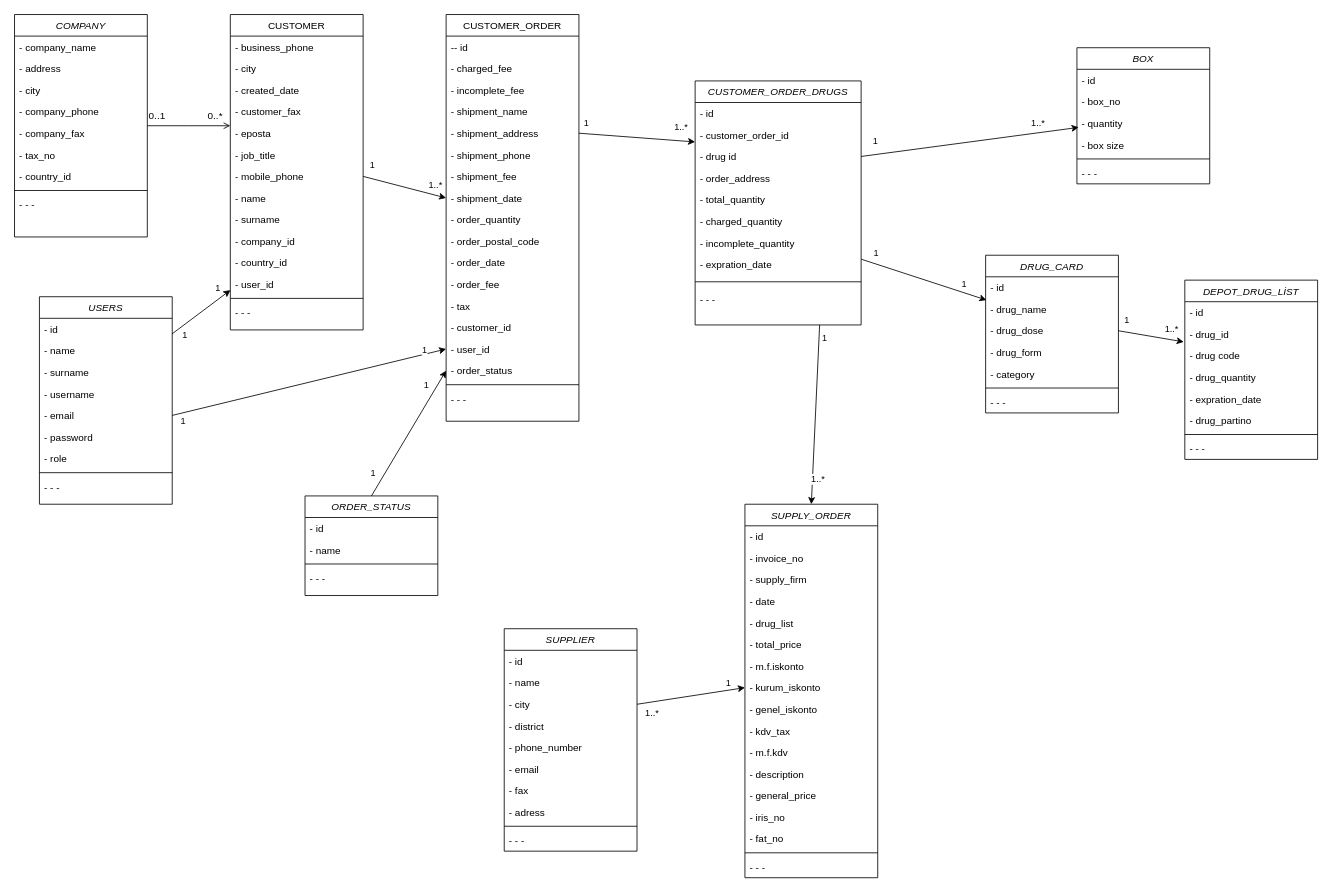
This is Untitled Diagram.drawio from viacelal/diagram, a draw.io file, before an edit. Source tidied: cells renumbered, new cells numbered last; positions are measured from the earlier drawing's top-left corner, leaving out a move shared by most shapes. Both pictures are drawn from the tidied source at 83%, with x=0, y=0 at pixel (14, 14).
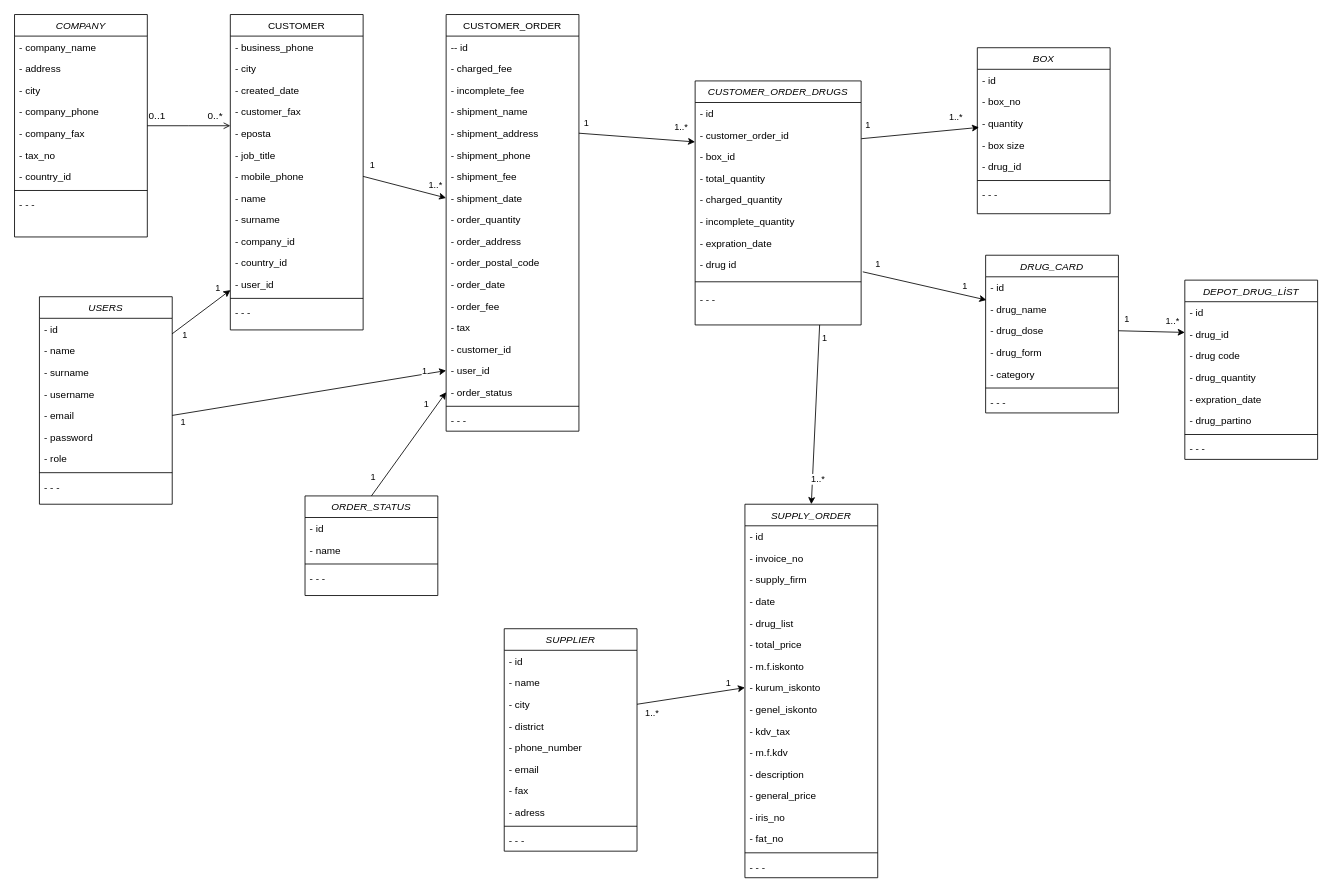
The same diagram, later.

The change refers to these unchanged cells:
```xml
<mxCell id="52" value="CUSTOMER_ORDER_DRUGS" style="swimlane;fontStyle=2;align=center;verticalAlign=top;horizontal=1;startSize=26;rounded=0;shadow=0;strokeWidth=1;" parent="1" vertex="1">
  <mxGeometry x="820" y="80" width="200" height="294" as="geometry" />
</mxCell>
<mxCell id="54" value="- customer_order_id" style="text;align=left;verticalAlign=top;spacingLeft=4;spacingRight=4;overflow=hidden;points=[[0,0.5],[1,0.5]];portConstraint=eastwest;" parent="52" vertex="1">
  <mxGeometry y="52" width="200" height="26" as="geometry" />
</mxCell>
<mxCell id="107" value="- box size" style="text;align=left;verticalAlign=top;spacingLeft=4;spacingRight=4;overflow=hidden;points=[[0,0.5],[1,0.5]];portConstraint=eastwest;" parent="103" vertex="1">
  <mxGeometry y="104" width="160" height="26" as="geometry" />
</mxCell>
<mxCell id="112" value="- drug_id" style="text;align=left;verticalAlign=top;spacingLeft=4;spacingRight=4;overflow=hidden;points=[[0,0.5],[1,0.5]];portConstraint=eastwest;" parent="110" vertex="1">
  <mxGeometry y="52" width="160" height="26" as="geometry" />
</mxCell>
<mxCell id="148" value="- id" style="text;align=left;verticalAlign=top;spacingLeft=4;spacingRight=4;overflow=hidden;points=[[0,0.5],[1,0.5]];portConstraint=eastwest;" parent="147" vertex="1">
  <mxGeometry y="26" width="160" height="26" as="geometry" />
</mxCell>
<mxCell id="150" value="- drug_dose" style="text;align=left;verticalAlign=top;spacingLeft=4;spacingRight=4;overflow=hidden;points=[[0,0.5],[1,0.5]];portConstraint=eastwest;" parent="147" vertex="1">
  <mxGeometry y="78" width="160" height="26" as="geometry" />
</mxCell>
```

What changed in the source:
```diff
@@
     <mxCell id="30" value="CUSTOMER_ORDER" style="swimlane;fontStyle=0;align=center;verticalAlign=top;horizontal=1;startSize=26;rounded=0;shadow=0;strokeWidth=1;" parent="1" vertex="1">
-      <mxGeometry x="520" width="160" height="490" as="geometry" />
+      <mxGeometry x="520" width="160" height="502" as="geometry" />
     </mxCell>
@@
+    <mxCell id="56" value="- order_address" style="text;align=left;verticalAlign=top;spacingLeft=4;spacingRight=4;overflow=hidden;rounded=0;shadow=0;html=0;" parent="30" vertex="1">
+      <mxGeometry y="260" width="160" height="26" as="geometry" />
+    </mxCell>
     <mxCell id="40" value="- order_postal_code" style="text;align=left;verticalAlign=top;spacingLeft=4;spacingRight=4;overflow=hidden;rounded=0;shadow=0;html=0;" parent="30" vertex="1">
-      <mxGeometry y="260" width="160" height="26" as="geometry" />
+      <mxGeometry y="286" width="160" height="26" as="geometry" />
     </mxCell>
     <mxCell id="41" value="- order_date" style="text;align=left;verticalAlign=top;spacingLeft=4;spacingRight=4;overflow=hidden;rounded=0;shadow=0;html=0;" parent="30" vertex="1">
-      <mxGeometry y="286" width="160" height="26" as="geometry" />
+      <mxGeometry y="312" width="160" height="26" as="geometry" />
     </mxCell>
     <mxCell id="42" value="- order_fee" style="text;align=left;verticalAlign=top;spacingLeft=4;spacingRight=4;overflow=hidden;rounded=0;shadow=0;html=0;" parent="30" vertex="1">
-      <mxGeometry y="312" width="160" height="26" as="geometry" />
+      <mxGeometry y="338" width="160" height="26" as="geometry" />
     </mxCell>
     <mxCell id="43" value="- tax" style="text;align=left;verticalAlign=top;spacingLeft=4;spacingRight=4;overflow=hidden;rounded=0;shadow=0;html=0;" parent="30" vertex="1">
-      <mxGeometry y="338" width="160" height="26" as="geometry" />
+      <mxGeometry y="364" width="160" height="26" as="geometry" />
     </mxCell>
     <mxCell id="44" value="- customer_id" style="text;align=left;verticalAlign=top;spacingLeft=4;spacingRight=4;overflow=hidden;rounded=0;shadow=0;html=0;" parent="30" vertex="1">
-      <mxGeometry y="364" width="160" height="26" as="geometry" />
+      <mxGeometry y="390" width="160" height="26" as="geometry" />
     </mxCell>
     <mxCell id="45" value="- user_id" style="text;align=left;verticalAlign=top;spacingLeft=4;spacingRight=4;overflow=hidden;points=[[0,0.5],[1,0.5]];portConstraint=eastwest;rounded=0;shadow=0;html=0;" parent="30" vertex="1">
-      <mxGeometry y="390" width="160" height="26" as="geometry" />
+      <mxGeometry y="416" width="160" height="26" as="geometry" />
     </mxCell>
     <mxCell id="46" value="- order_status" style="text;align=left;verticalAlign=top;spacingLeft=4;spacingRight=4;overflow=hidden;points=[[0,0.5],[1,0.5]];portConstraint=eastwest;rounded=0;shadow=0;html=0;" parent="30" vertex="1">
-      <mxGeometry y="416" width="160" height="26" as="geometry" />
+      <mxGeometry y="442" width="160" height="26" as="geometry" />
     </mxCell>
     <mxCell id="47" style="line;html=1;strokeWidth=1;align=left;verticalAlign=middle;spacingTop=-1;spacingLeft=3;spacingRight=3;labelPosition=right;" parent="30" vertex="1">
-      <mxGeometry y="442" width="160" height="8" as="geometry" />
+      <mxGeometry y="468" width="160" height="8" as="geometry" />
     </mxCell>
     <mxCell id="48" value="- - -" style="text;align=left;verticalAlign=top;spacingLeft=4;spacingRight=4;overflow=hidden;" parent="30" vertex="1">
-      <mxGeometry y="450" width="160" height="26" as="geometry" />
+      <mxGeometry y="476" width="160" height="26" as="geometry" />
     </mxCell>
@@
-    <mxCell id="55" value="- drug id" style="text;align=left;verticalAlign=top;spacingLeft=4;spacingRight=4;overflow=hidden;points=[[0,0.5],[1,0.5]];portConstraint=eastwest;" parent="52" vertex="1">
-      <mxGeometry y="78" width="200" height="26" as="geometry" />
-    </mxCell>
-    <mxCell id="56" value="- order_address" style="text;align=left;verticalAlign=top;spacingLeft=4;spacingRight=4;overflow=hidden;" parent="52" vertex="1">
-      <mxGeometry y="104" width="200" height="26" as="geometry" />
-    </mxCell>
+    <mxCell id="60" value="- box_id" style="text;align=left;verticalAlign=top;spacingLeft=4;spacingRight=4;overflow=hidden;points=[[0,0.5],[1,0.5]];portConstraint=eastwest;" parent="52" vertex="1">
+      <mxGeometry y="78" width="200" height="26" as="geometry" />
+    </mxCell>
     <mxCell id="57" value="- total_quantity" style="text;align=left;verticalAlign=top;spacingLeft=4;spacingRight=4;overflow=hidden;" parent="52" vertex="1">
-      <mxGeometry y="130" width="200" height="26" as="geometry" />
+      <mxGeometry y="104" width="200" height="26" as="geometry" />
     </mxCell>
     <mxCell id="58" value="- charged_quantity" style="text;align=left;verticalAlign=top;spacingLeft=4;spacingRight=4;overflow=hidden;" parent="52" vertex="1">
-      <mxGeometry y="156" width="200" height="26" as="geometry" />
+      <mxGeometry y="130" width="200" height="26" as="geometry" />
     </mxCell>
     <mxCell id="59" value="- incomplete_quantity" style="text;align=left;verticalAlign=top;spacingLeft=4;spacingRight=4;overflow=hidden;" parent="52" vertex="1">
-      <mxGeometry y="182" width="200" height="26" as="geometry" />
+      <mxGeometry y="156" width="200" height="26" as="geometry" />
     </mxCell>
-    <mxCell id="60" value="- expration_date" style="text;align=left;verticalAlign=top;spacingLeft=4;spacingRight=4;overflow=hidden;points=[[0,0.5],[1,0.5]];portConstraint=eastwest;" parent="52" vertex="1">
-      <mxGeometry y="208" width="200" height="26" as="geometry" />
-    </mxCell>
+    <mxCell id="158" value="- expration_date" style="text;align=left;verticalAlign=top;spacingLeft=4;spacingRight=4;overflow=hidden;" parent="52" vertex="1">
+      <mxGeometry y="182" width="200" height="26" as="geometry" />
+    </mxCell>
+    <mxCell id="55" value="- drug id" style="text;align=left;verticalAlign=top;spacingLeft=4;spacingRight=4;overflow=hidden;points=[[0,0.5],[1,0.5]];portConstraint=eastwest;" parent="52" vertex="1">
+      <mxGeometry y="208" width="200" height="26" as="geometry" />
+    </mxCell>
@@
     <mxCell id="103" value="BOX" style="swimlane;fontStyle=2;align=center;verticalAlign=top;horizontal=1;startSize=26;rounded=0;shadow=0;strokeWidth=1;" parent="1" vertex="1">
-      <mxGeometry x="1280" y="40" width="160" height="164" as="geometry" />
+      <mxGeometry x="1160" y="40" width="160" height="200" as="geometry" />
     </mxCell>
@@
+    <mxCell id="159" value="- drug_id" style="text;align=left;verticalAlign=top;spacingLeft=4;spacingRight=4;overflow=hidden;" parent="103" vertex="1">
+      <mxGeometry y="130" width="160" height="26" as="geometry" />
+    </mxCell>
     <mxCell id="108" style="line;html=1;strokeWidth=1;align=left;verticalAlign=middle;spacingTop=-1;spacingLeft=3;spacingRight=3;labelPosition=right;" parent="103" vertex="1">
-      <mxGeometry y="130" width="160" height="8" as="geometry" />
+      <mxGeometry y="156" width="160" height="8" as="geometry" />
     </mxCell>
     <mxCell id="109" value="- - -" style="text;align=left;verticalAlign=top;spacingLeft=4;spacingRight=4;overflow=hidden;" parent="103" vertex="1">
-      <mxGeometry y="138" width="160" height="26" as="geometry" />
+      <mxGeometry y="164" width="160" height="26" as="geometry" />
     </mxCell>
@@
-    <mxCell id="119" style="endArrow=classic;html=1;exitX=1;exitY=0.5;exitDx=0;exitDy=0;entryX=-0.008;entryY=0.862;entryDx=0;entryDy=0;entryPerimeter=0;" parent="1" edge="1" source="150" target="112">
+    <mxCell id="119" style="endArrow=classic;html=1;exitX=1;exitY=0.5;exitDx=0;exitDy=0;" parent="1" edge="1" source="150" target="112">
       <mxGeometry relative="1" as="geometry" />
     </mxCell>
@@
-    <mxCell id="133" style="endArrow=classic;html=1;entryX=0.006;entryY=1.077;entryDx=0;entryDy=0;entryPerimeter=0;exitX=1.001;exitY=0.262;exitDx=0;exitDy=0;exitPerimeter=0;" parent="1" edge="1" source="60" target="148">
+    <mxCell id="133" style="endArrow=classic;html=1;entryX=0.006;entryY=1.077;entryDx=0;entryDy=0;entryPerimeter=0;exitX=1.01;exitY=0.846;exitDx=0;exitDy=0;exitPerimeter=0;" parent="1" edge="1" source="55" target="148">
       <mxGeometry relative="1" as="geometry" />
     </mxCell>
@@
-    <mxCell id="155" style="endArrow=classic;html=1;exitX=1;exitY=0.5;exitDx=0;exitDy=0;entryX=0.013;entryY=-0.308;entryDx=0;entryDy=0;entryPerimeter=0;" parent="1" edge="1" source="55" target="107">
+    <mxCell id="155" style="endArrow=classic;html=1;entryX=0.013;entryY=-0.308;entryDx=0;entryDy=0;entryPerimeter=0;exitX=1.001;exitY=0.678;exitDx=0;exitDy=0;exitPerimeter=0;" parent="1" edge="1" source="54" target="107">
       <mxGeometry relative="1" as="geometry" />
     </mxCell>
     <mxCell id="156" value="1..*" style="edgeLabel;html=1;align=center;verticalAlign=middle;" parent="155" vertex="1">
       <mxGeometry x="0.76" y="1" relative="1" as="geometry">
-        <mxPoint x="-18" y="-9" as="offset" />
+        <mxPoint x="-11" y="-13" as="offset" />
       </mxGeometry>
     </mxCell>
```
